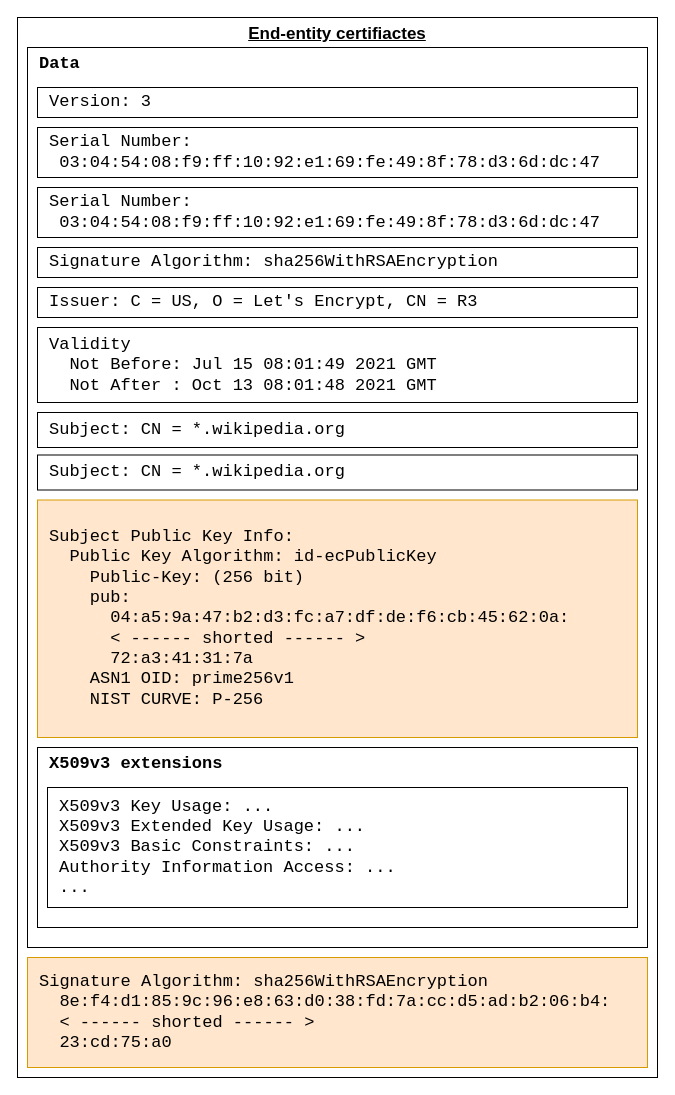
The draw.io diagram SA/SA_X509_Current.drawio in cutmal/drawio-charts, before the edit. Source tidied: cells renumbered, new cells numbered last; positions are measured from the earlier drawing's top-left corner, leaving out a move shared by most shapes. Both pictures are drawn from the tidied source at 100%, with x=0, y=0 at pixel (17, 17).
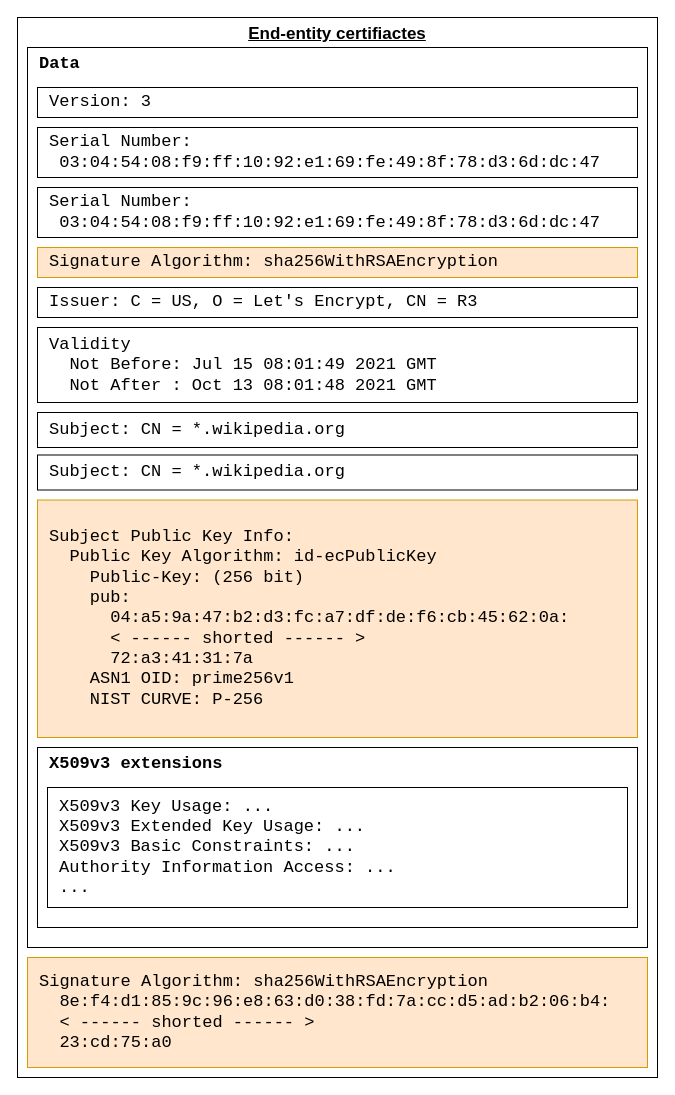
Above is the later version.

The edit, as a diff of the source:
```diff
@@
 <mxGraphModel>
   <root>
     <mxCell id="0" />
     <mxCell id="1" parent="0" />
     <mxCell id="2" value="End-entity certifiactes" style="rounded=0;whiteSpace=wrap;html=1;verticalAlign=top;fontSize=17;align=center;fontStyle=5;" parent="1" vertex="1">
       <mxGeometry width="640" height="1060" as="geometry" />
     </mxCell>
     <mxCell id="3" value="Data" style="rounded=0;whiteSpace=wrap;html=1;fontSize=17;verticalAlign=top;fontFamily=Courier New;align=left;spacingLeft=10;fontStyle=1;" parent="1" vertex="1">
       <mxGeometry x="10" y="30" width="620" height="900" as="geometry" />
     </mxCell>
     <mxCell id="4" value="&lt;div&gt;Version: 3&lt;/div&gt;" style="rounded=0;whiteSpace=wrap;html=1;fontSize=17;fontFamily=Courier New;align=left;spacingLeft=10;" parent="1" vertex="1">
       <mxGeometry x="20" y="70" width="600" height="30" as="geometry" />
     </mxCell>
     <mxCell id="5" value="&lt;pre&gt;Serial Number:&lt;br&gt; 03:04:54:08:f9:ff:10:92:e1:69:fe:49:8f:78:d3:6d:dc:47&lt;/pre&gt;" style="rounded=0;whiteSpace=wrap;html=1;fontSize=17;fontFamily=Courier New;align=left;spacingLeft=10;" parent="1" vertex="1">
       <mxGeometry x="20" y="110" width="600" height="50" as="geometry" />
     </mxCell>
     <mxCell id="6" value="&lt;pre&gt;Serial Number:&lt;br&gt; 03:04:54:08:f9:ff:10:92:e1:69:fe:49:8f:78:d3:6d:dc:47&lt;/pre&gt;" style="rounded=0;whiteSpace=wrap;html=1;fontSize=17;fontFamily=Courier New;align=left;spacingLeft=10;" parent="1" vertex="1">
       <mxGeometry x="20" y="170" width="600" height="50" as="geometry" />
     </mxCell>
-    <mxCell id="7" value="Signature Algorithm: sha256WithRSAEncryption" style="rounded=0;whiteSpace=wrap;html=1;fontSize=17;fontFamily=Courier New;align=left;spacingLeft=10;" parent="1" vertex="1">
+    <mxCell id="7" value="Signature Algorithm: sha256WithRSAEncryption" style="rounded=0;whiteSpace=wrap;html=1;fontSize=17;fontFamily=Courier New;align=left;spacingLeft=10;fillColor=#ffe6cc;strokeColor=#d79b00;" parent="1" vertex="1">
       <mxGeometry x="20" y="230" width="600" height="30" as="geometry" />
     </mxCell>
     <mxCell id="8" value="Issuer: C = US, O = Let's Encrypt, CN = R3" style="rounded=0;whiteSpace=wrap;html=1;fontSize=17;fontFamily=Courier New;align=left;spacingLeft=10;" parent="1" vertex="1">
       <mxGeometry x="20" y="270" width="600" height="30" as="geometry" />
     </mxCell>
     <mxCell id="9" value="Validity&lt;br&gt;&amp;nbsp; Not Before: Jul 15 08:01:49 2021 GMT&lt;br&gt;&amp;nbsp; Not After : Oct 13 08:01:48 2021 GMT" style="rounded=0;whiteSpace=wrap;html=1;fontSize=17;fontFamily=Courier New;align=left;spacingLeft=10;" parent="1" vertex="1">
       <mxGeometry x="20" y="310" width="600" height="75" as="geometry" />
     </mxCell>
     <mxCell id="10" value="Subject: CN = *.wikipedia.org" style="rounded=0;whiteSpace=wrap;html=1;fontSize=17;fontFamily=Courier New;align=left;spacingLeft=10;" parent="1" vertex="1">
       <mxGeometry x="20" y="395" width="600" height="35" as="geometry" />
     </mxCell>
     <mxCell id="11" value="Subject: CN = *.wikipedia.org" style="rounded=0;whiteSpace=wrap;html=1;fontSize=17;fontFamily=Courier New;align=left;spacingLeft=10;" parent="1" vertex="1">
       <mxGeometry x="20" y="437.5" width="600" height="35" as="geometry" />
     </mxCell>
     <mxCell id="12" value="Subject Public Key Info:&lt;br&gt;&amp;nbsp; Public Key Algorithm: id-ecPublicKey&lt;br&gt;&amp;nbsp;&amp;nbsp; &amp;nbsp;Public-Key: (256 bit)&lt;br&gt;&amp;nbsp;&amp;nbsp; &amp;nbsp;pub:&lt;br&gt;&amp;nbsp;&amp;nbsp; &amp;nbsp;&amp;nbsp; 04:a5:9a:47:b2:d3:fc:a7:df:de:f6:cb:45:62:0a:&lt;br&gt;&lt;div&gt;&amp;nbsp;&amp;nbsp;&amp;nbsp;&amp;nbsp;&amp;nbsp; &amp;lt; ------ shorted ------ &amp;gt;&lt;/div&gt;&lt;div&gt;&amp;nbsp;&amp;nbsp; &amp;nbsp;&amp;nbsp; 72:a3:41:31:7a&lt;/div&gt;&amp;nbsp;&amp;nbsp; &amp;nbsp;ASN1 OID: prime256v1&lt;br&gt;&amp;nbsp;&amp;nbsp; &amp;nbsp;NIST CURVE: P-256" style="rounded=0;whiteSpace=wrap;html=1;fontSize=17;fontFamily=Courier New;align=left;spacingLeft=10;fillColor=#ffe6cc;strokeColor=#d79b00;" parent="1" vertex="1">
       <mxGeometry x="20" y="482.5" width="600" height="237.5" as="geometry" />
     </mxCell>
     <mxCell id="13" value="&lt;div&gt;X509v3 extensions&lt;/div&gt;" style="rounded=0;whiteSpace=wrap;html=1;labelBackgroundColor=#FFFFFF;fontFamily=Courier New;fontSize=17;fontColor=default;verticalAlign=top;align=left;spacingLeft=10;fontStyle=1;" parent="1" vertex="1">
       <mxGeometry x="20" y="730" width="600" height="180" as="geometry" />
     </mxCell>
     <mxCell id="14" value="&lt;div&gt;X509v3 Key Usage: ...&lt;/div&gt;&lt;div&gt;X509v3 Extended Key Usage: ...&lt;br&gt;&lt;/div&gt;&lt;div&gt; X509v3 Basic Constraints: ...&lt;/div&gt;&lt;div&gt;Authority Information Access: ...&lt;br&gt;&lt;/div&gt;&lt;div&gt;...&lt;br&gt;&lt;/div&gt;" style="rounded=0;whiteSpace=wrap;html=1;fontSize=17;fontFamily=Courier New;align=left;spacingLeft=10;" parent="1" vertex="1">
       <mxGeometry x="30" y="770" width="580" height="120" as="geometry" />
     </mxCell>
     <mxCell id="15" value="Signature Algorithm: sha256WithRSAEncryption&lt;br&gt;&amp;nbsp; 8e:f4:d1:85:9c:96:e8:63:d0:38:fd:7a:cc:d5:ad:b2:06:b4:&lt;br&gt;&amp;nbsp; &amp;lt; ------ shorted ------ &amp;gt;&lt;br&gt;&amp;nbsp; 23:cd:75:a0" style="rounded=0;whiteSpace=wrap;html=1;fontSize=17;fontFamily=Courier New;align=left;spacingLeft=10;fillColor=#ffe6cc;strokeColor=#d79b00;" parent="1" vertex="1">
       <mxGeometry x="10" y="940" width="620" height="110" as="geometry" />
     </mxCell>
   </root>
 </mxGraphModel>
```
